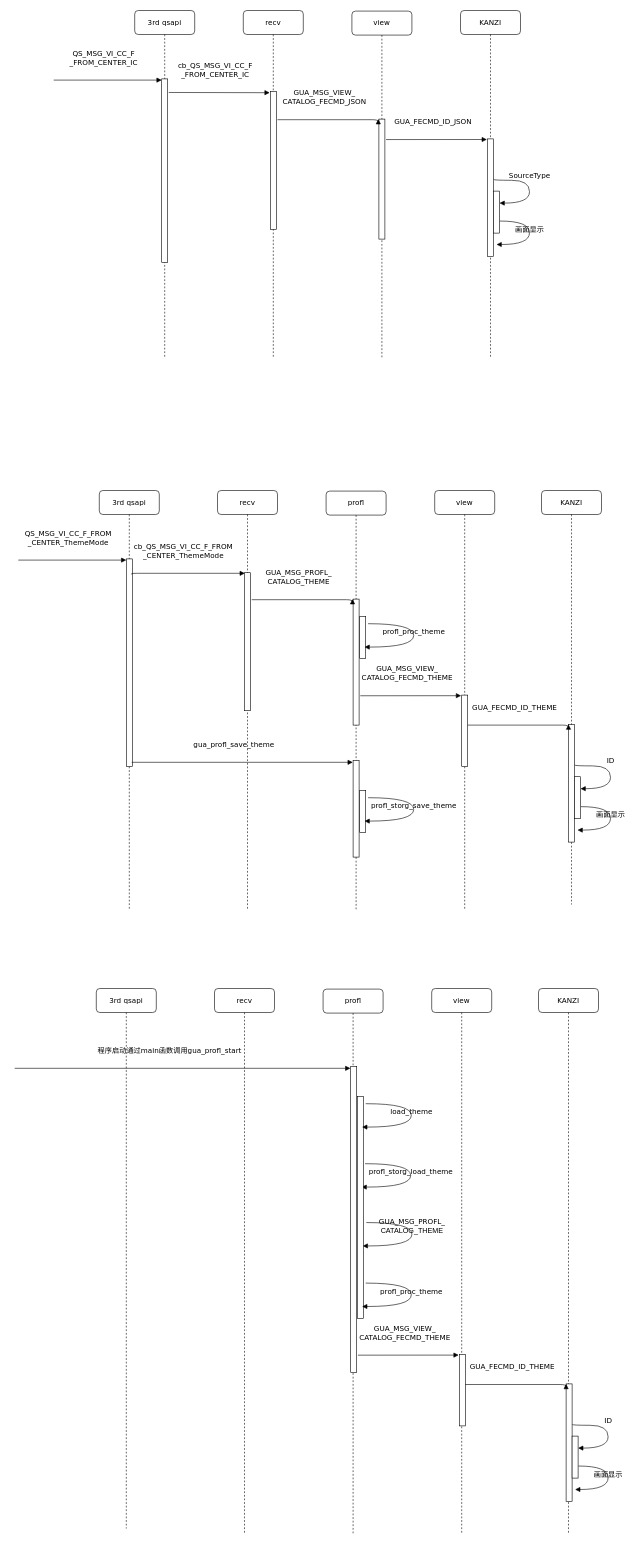
Above: Json流程图.drawio in deminsight/bellwell60 (draw.io), before the change. Source tidied: cells renumbered, new cells numbered last; positions are measured from the earlier drawing's top-left corner, leaving out a move shared by most shapes. Both pictures are drawn from the tidied source at 60%, with x=0, y=0 at pixel (14, 10).
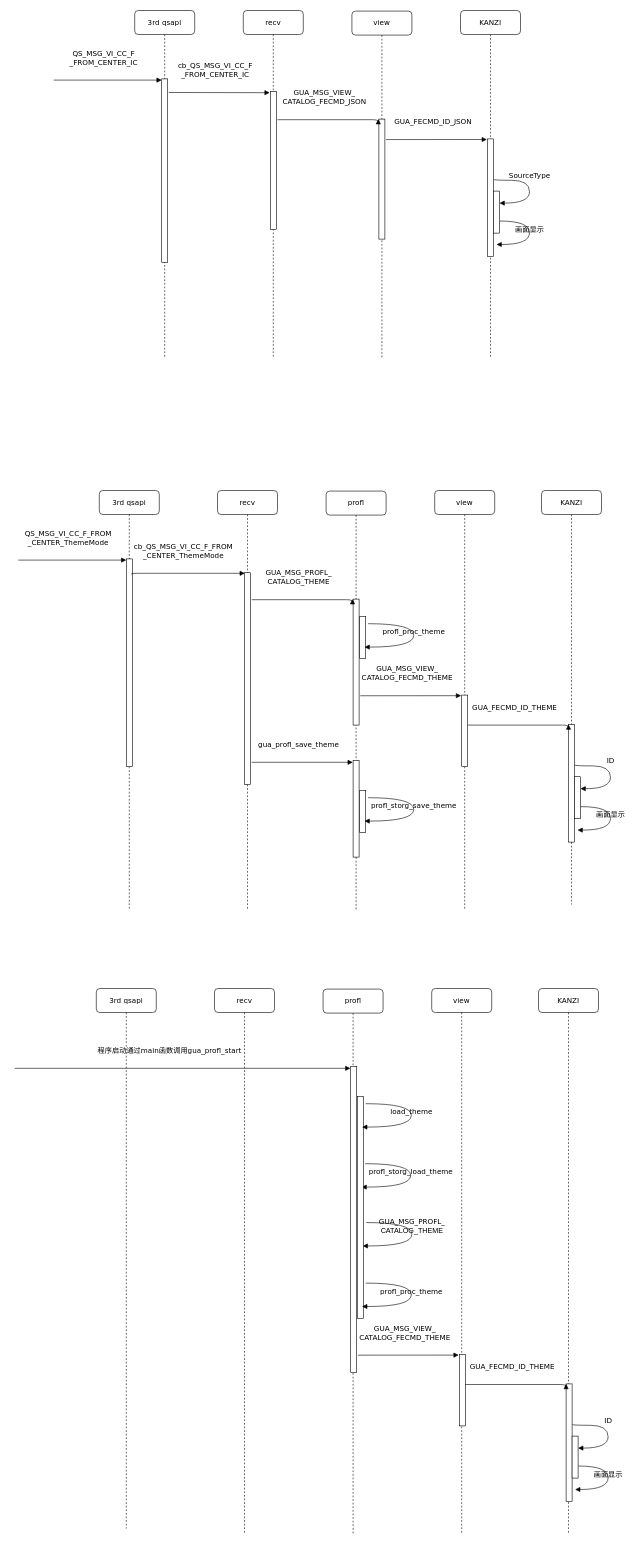
The same diagram, later.

Commit message:
更新Json流程图.drawio

Unchanged cells that the change refers to:
```xml
<mxCell id="17" value="recv" style="shape=umlLifeline;perimeter=lifelinePerimeter;whiteSpace=wrap;html=1;rounded=1;shadow=0;comic=0;labelBackgroundColor=none;strokeWidth=1;fontFamily=Verdana;fontSize=12;align=center;" parent="1" vertex="1">
  <mxGeometry x="338" y="800" width="100" height="700" as="geometry" />
</mxCell>
```

Change to the diagram source:
```diff
@@
     <mxCell id="18" style="html=1;perimeter=orthogonalPerimeter;rounded=0;shadow=0;comic=0;labelBackgroundColor=none;strokeWidth=1;fontFamily=Verdana;fontSize=12;align=center;" parent="17" vertex="1">
-      <mxGeometry x="45" y="137" width="10" height="230" as="geometry" />
+      <mxGeometry x="45" y="137" width="10" height="353" as="geometry" />
     </mxCell>
@@
-    <mxCell id="40" value="gua_profl_save_theme" style="html=1;verticalAlign=bottom;endArrow=block;labelBackgroundColor=none;fontFamily=Verdana;fontSize=12;edgeStyle=elbowEdgeStyle;elbow=vertical;exitX=1.171;exitY=0.074;exitDx=0;exitDy=0;exitPerimeter=0;" parent="1" edge="1">
+    <mxCell id="40" value="gua_profl_save_theme" style="html=1;verticalAlign=bottom;endArrow=block;labelBackgroundColor=none;fontFamily=Verdana;fontSize=12;edgeStyle=elbowEdgeStyle;elbow=vertical;" parent="1" edge="1">
       <mxGeometry x="-0.08" y="20" relative="1" as="geometry">
-        <mxPoint x="195" y="1253" as="sourcePoint" />
+        <mxPoint x="395" y="1253" as="sourcePoint" />
         <mxPoint x="563.5" y="1253.3" as="targetPoint" />
       </mxGeometry>
     </mxCell>
```
